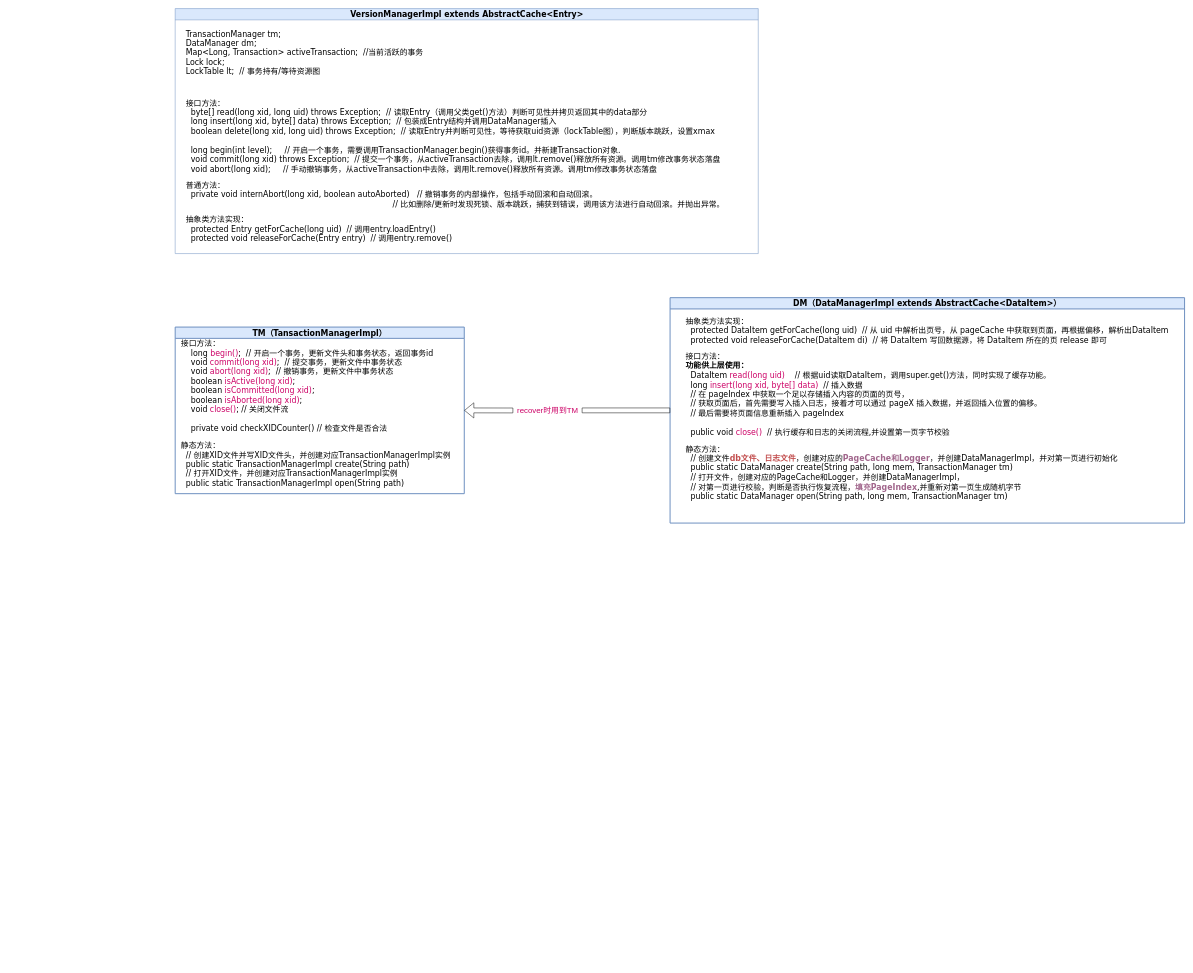
This is page "模块依赖图" (2 of 2) of MyDB.drawio from ZhongQiuyuan/diagrams-net, a draw.io file, before an edit. Source tidied: cells renumbered, new cells numbered last; positions are measured from the earlier drawing's top-left corner, leaving out a move shared by most shapes. Both pictures are drawn from the tidied source at 49%, with x=0, y=0 at pixel (175, 8).
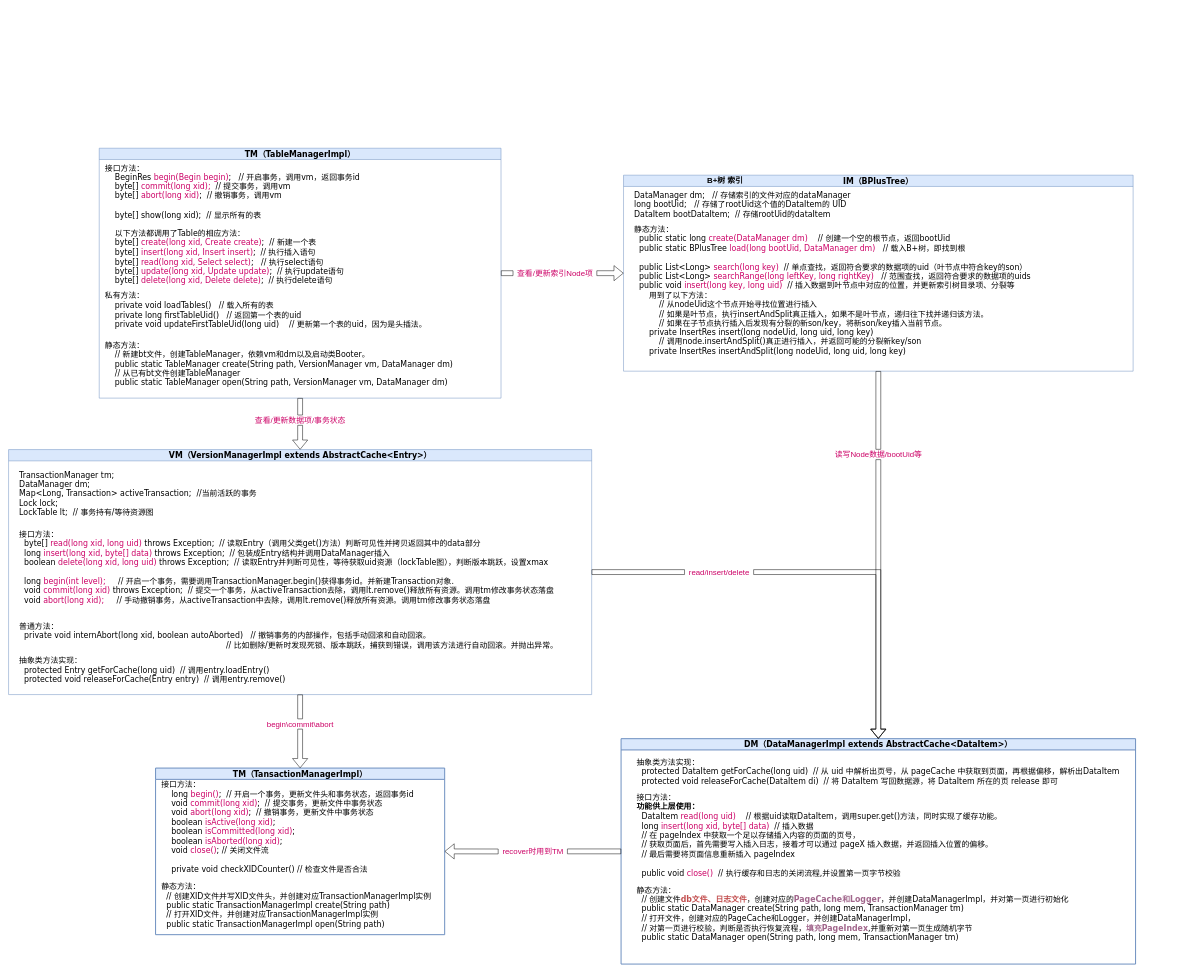
The same diagram, later.

What changed in the source:
```diff
@@
     <mxCell id="2" value="TM（TansactionManagerImpl）" style="swimlane;fontFamily=Verdana;fontSize=16;strokeWidth=2;fillColor=#dae8fc;strokeColor=#6c8ebf;" parent="1" vertex="1">
-      <mxGeometry y="650" width="590" height="340" as="geometry" />
+      <mxGeometry x="-40" y="1550" width="590" height="340" as="geometry" />
     </mxCell>
@@
     <mxCell id="5" value="DM（DataManagerImpl extends AbstractCache&lt;DataItem&gt;）" style="swimlane;fontFamily=Verdana;fontSize=16;strokeWidth=2;fillColor=#dae8fc;strokeColor=#6c8ebf;" parent="1" vertex="1">
-      <mxGeometry x="1010" y="590" width="1050" height="460" as="geometry" />
+      <mxGeometry x="910" y="1490" width="1050" height="460" as="geometry" />
     </mxCell>
@@
     <mxCell id="10" value="&lt;span style=&quot;font-size: 16px&quot;&gt;recover时用到TM&lt;/span&gt;" style="text;html=1;align=center;verticalAlign=middle;points=[];strokeColor=none;fillColor=none;fontColor=#CC0066;" parent="1" vertex="1">
-      <mxGeometry x="690" y="810" width="140" height="20" as="geometry" />
+      <mxGeometry x="660" y="1710" width="140" height="20" as="geometry" />
     </mxCell>
@@
-    <mxCell id="12" value="VersionManagerImpl extends&amp;nbsp;AbstractCache&amp;lt;Entry&amp;gt;" style="swimlane;fontFamily=Verdana;fontSize=16;fillColor=#dae8fc;html=1;strokeColor=#6c8ebf;" parent="1" vertex="1">
-      <mxGeometry width="1190" height="500" as="geometry" />
+    <mxCell id="12" value="VM（VersionManagerImpl extends&amp;nbsp;AbstractCache&amp;lt;Entry&amp;gt;）" style="swimlane;fontFamily=Verdana;fontSize=16;fillColor=#dae8fc;html=1;strokeColor=#6c8ebf;" parent="1" vertex="1">
+      <mxGeometry x="-340" y="900" width="1190" height="500" as="geometry" />
     </mxCell>
-    <mxCell id="13" value="接口方法：&lt;br&gt;&lt;div&gt;&amp;nbsp; byte[] read(long xid, long uid) throws Exception;&amp;nbsp; // 读取Entry（调用父类get()方法）判断可见性并拷贝返回其中的data部分&lt;/div&gt;&lt;div&gt;&amp;nbsp; long insert(long xid, byte[] data) throws Exception;&amp;nbsp; // 包装成Entry结构并调用DataManager插入&lt;/div&gt;&lt;div&gt;&amp;nbsp; boolean delete(long xid, long uid) throws Exception;&amp;nbsp; // 读取Entry并判断可见性，等待获取uid资源（lockTable图），判断版本跳跃，设置xmax&lt;/div&gt;&lt;div&gt;&amp;nbsp;&lt;/div&gt;&lt;div&gt;&amp;nbsp; long begin(int level);&amp;nbsp; &amp;nbsp; &amp;nbsp;// 开启一个事务，需要调用TransactionManager.begin()获得事务id。并新建Transaction对象.&lt;/div&gt;&lt;div&gt;&amp;nbsp; void commit(long xid) throws Exception;&amp;nbsp; // 提交一个事务，从activeTransaction去除，调用lt.remove()释放所有资源。调用tm修改事务状态落盘&lt;/div&gt;&lt;div&gt;&amp;nbsp; void abort(long xid);&amp;nbsp; &amp;nbsp; &amp;nbsp;// 手动撤销事务，从activeTransaction中去除，调用lt.remove()释放所有资源。调用tm修改事务状态落盘&lt;span&gt;&amp;nbsp;&amp;nbsp;&lt;/span&gt;&lt;/div&gt;" style="text;html=1;align=left;verticalAlign=middle;strokeColor=none;fillColor=none;fontSize=16;fontFamily=Verdana;fontColor=#000000;" parent="12" vertex="1">
-      <mxGeometry x="20" y="180" width="1120" height="160" as="geometry" />
+    <mxCell id="13" value="接口方法：&lt;br&gt;&lt;div&gt;&amp;nbsp; byte[] &lt;font color=&quot;#cc0066&quot;&gt;read(long xid, long uid)&lt;/font&gt; throws Exception;&amp;nbsp; // 读取Entry（调用父类get()方法）判断可见性并拷贝返回其中的data部分&lt;/div&gt;&lt;div&gt;&amp;nbsp; long &lt;font color=&quot;#cc0066&quot;&gt;insert(long xid, byte[] data)&lt;/font&gt; throws Exception;&amp;nbsp; // 包装成Entry结构并调用DataManager插入&lt;/div&gt;&lt;div&gt;&amp;nbsp; boolean &lt;font color=&quot;#cc0066&quot;&gt;delete(long xid, long uid)&lt;/font&gt; throws Exception;&amp;nbsp; // 读取Entry并判断可见性，等待获取uid资源（lockTable图），判断版本跳跃，设置xmax&lt;/div&gt;&lt;div&gt;&amp;nbsp;&lt;/div&gt;&lt;div&gt;&amp;nbsp; long &lt;font color=&quot;#cc0066&quot;&gt;begin(int level);&lt;/font&gt;&amp;nbsp; &amp;nbsp; &amp;nbsp;// 开启一个事务，需要调用TransactionManager.begin()获得事务id。并新建Transaction对象.&lt;/div&gt;&lt;div&gt;&amp;nbsp; void &lt;font color=&quot;#cc0066&quot;&gt;commit(long xid)&lt;/font&gt; throws Exception;&amp;nbsp; // 提交一个事务，从activeTransaction去除，调用lt.remove()释放所有资源。调用tm修改事务状态落盘&lt;/div&gt;&lt;div&gt;&amp;nbsp; void &lt;font color=&quot;#cc0066&quot;&gt;abort(long xid);&lt;/font&gt;&amp;nbsp; &amp;nbsp; &amp;nbsp;// 手动撤销事务，从activeTransaction中去除，调用lt.remove()释放所有资源。调用tm修改事务状态落盘&lt;span&gt;&amp;nbsp;&amp;nbsp;&lt;/span&gt;&lt;/div&gt;" style="text;html=1;align=left;verticalAlign=middle;strokeColor=none;fillColor=none;fontSize=16;fontFamily=Verdana;fontColor=#000000;" parent="12" vertex="1">
+      <mxGeometry x="20" y="160" width="1120" height="160" as="geometry" />
     </mxCell>
@@
+    <mxCell id="17" style="shape=flexArrow;endArrow=classic;html=1;rounded=0;fontSize=16;fontColor=#CC0066;exitX=0.5;exitY=1;exitDx=0;exitDy=0;entryX=0.5;entryY=0;entryDx=0;entryDy=0;startArrow=none;" parent="1" edge="1" source="19" target="2">
+      <mxGeometry relative="1" as="geometry" />
+    </mxCell>
+    <mxCell id="18" style="shape=flexArrow;endArrow=classic;html=1;rounded=0;fontSize=16;fontColor=#CC0066;exitX=1;exitY=0.5;exitDx=0;exitDy=0;entryX=0.5;entryY=0;entryDx=0;entryDy=0;startArrow=none;" parent="1" edge="1" source="21" target="5">
+      <mxGeometry relative="1" as="geometry">
+        <Array as="points">
+          <mxPoint x="1435" y="1150" />
+        </Array>
+      </mxGeometry>
+    </mxCell>
+    <mxCell id="19" value="begin\commit\abort" style="text;html=1;align=center;verticalAlign=middle;points=[];strokeColor=none;fillColor=none;fontSize=16;fontColor=#CC0066;" parent="1" vertex="1">
+      <mxGeometry x="180" y="1450" width="150" height="20" as="geometry" />
+    </mxCell>
+    <mxCell id="20" style="shape=flexArrow;endArrow=none;html=1;rounded=0;fontSize=16;fontColor=#CC0066;exitX=0.5;exitY=1;exitDx=0;exitDy=0;entryX=0.5;entryY=0;entryDx=0;entryDy=0;" parent="1" edge="1" source="12" target="19">
+      <mxGeometry relative="1" as="geometry" />
+    </mxCell>
+    <mxCell id="21" value="&lt;font style=&quot;font-size: 16px&quot;&gt;read/insert/delete&lt;/font&gt;" style="text;html=1;align=center;verticalAlign=middle;points=[];strokeColor=none;fillColor=none;fontSize=16;fontColor=#CC0066;" parent="1" vertex="1">
+      <mxGeometry x="1040" y="1140" width="140" height="20" as="geometry" />
+    </mxCell>
+    <mxCell id="22" style="shape=flexArrow;endArrow=none;html=1;rounded=0;fontSize=16;fontColor=#CC0066;exitX=1;exitY=0.5;exitDx=0;exitDy=0;entryX=0;entryY=0.5;entryDx=0;entryDy=0;entryPerimeter=0;" parent="1" edge="1" source="12" target="21">
+      <mxGeometry relative="1" as="geometry" />
+    </mxCell>
+    <mxCell id="23" value="IM（BPlusTree）" style="swimlane;fontSize=16;fillColor=#dae8fc;strokeColor=#6c8ebf;fontFamily=Verdana;" parent="1" vertex="1">
+      <mxGeometry x="915" y="340" width="1040" height="400" as="geometry" />
+    </mxCell>
+    <mxCell id="24" value="&lt;b&gt;B+树 索引&lt;/b&gt;" style="text;html=1;align=center;verticalAlign=middle;strokeColor=none;fillColor=none;fontSize=16;" parent="23" vertex="1">
+      <mxGeometry x="161.5" width="90" height="20" as="geometry" />
+    </mxCell>
+    <mxCell id="25" value="&lt;div&gt;DataManager dm;&amp;nbsp; &amp;nbsp;// 存储索引的文件对应的dataManager&lt;/div&gt;&lt;div&gt;long bootUid;&amp;nbsp; &amp;nbsp;// 存储了rootUid这个值的DataItem的 UID&lt;/div&gt;&lt;div&gt;DataItem bootDataItem;&amp;nbsp; // 存储rootUid的dataItem&lt;/div&gt;" style="text;html=1;align=left;verticalAlign=middle;strokeColor=none;fillColor=none;fontSize=16;fontFamily=Verdana;fontColor=#000000;" parent="23" vertex="1">
+      <mxGeometry x="20" y="30" width="460" height="60" as="geometry" />
+    </mxCell>
+    <mxCell id="26" value="静态方法：&lt;br&gt;&lt;div&gt;&amp;nbsp; public static long &lt;font color=&quot;#cc0066&quot;&gt;create(DataManager dm)&amp;nbsp;&lt;/font&gt; &amp;nbsp;&amp;nbsp;// 创建一个空的根节点，返回bootUid&lt;/div&gt;&lt;div&gt;&lt;div&gt;&amp;nbsp; public static BPlusTree &lt;font color=&quot;#cc0066&quot;&gt;load(long bootUid, DataManager dm)&amp;nbsp;&lt;/font&gt; &amp;nbsp;// 载入B+树，即找到根&lt;/div&gt;&lt;/div&gt;&lt;div&gt;&lt;br&gt;&lt;/div&gt;&lt;div&gt;&lt;div&gt;&amp;nbsp; public List&amp;lt;Long&amp;gt; &lt;font color=&quot;#cc0066&quot;&gt;search(long key)&amp;nbsp;&lt;/font&gt;&amp;nbsp;// 单点查找，返回符合要求的数据项的uid（叶节点中符合key的son）&lt;/div&gt;&lt;/div&gt;&lt;div&gt;&lt;div&gt;&amp;nbsp; public List&amp;lt;Long&amp;gt; &lt;font color=&quot;#cc0066&quot;&gt;searchRange(long leftKey, long rightKey)&amp;nbsp;&lt;/font&gt; &amp;nbsp;// 范围查找，返回符合要求的数据项的uids&lt;/div&gt;&lt;div&gt;&lt;div&gt;&amp;nbsp; public void &lt;font color=&quot;#cc0066&quot;&gt;insert(long key, long uid)&lt;/font&gt;&amp;nbsp;&amp;nbsp;// 插入数据到叶节点中对应的位置，并更新索引树目录项、分裂等&lt;/div&gt;&lt;/div&gt;&lt;div&gt;&amp;nbsp; &amp;nbsp; &amp;nbsp; 用到了以下方法：&lt;/div&gt;&lt;div&gt;&amp;nbsp; &amp;nbsp; &amp;nbsp; &amp;nbsp; &amp;nbsp; // 从nodeUid这个节点开始寻找位置进行插入&lt;/div&gt;&lt;div&gt;&amp;nbsp; &amp;nbsp; &amp;nbsp; &amp;nbsp; &amp;nbsp; // 如果是叶节点，执行&lt;span&gt;insertAndSplit真正插入，如果不是叶节点，递归往下找并递归该方法。&lt;/span&gt;&lt;/div&gt;&lt;div&gt;&amp;nbsp; &amp;nbsp; &amp;nbsp; &amp;nbsp; &amp;nbsp; // 如果在子节点执行插入后发现有分裂的新son/key，将新son/key插入当前节点。&lt;/div&gt;&lt;div&gt;&amp;nbsp; &amp;nbsp; &amp;nbsp; private InsertRes insert(long nodeUid, long uid, long key)&amp;nbsp;&lt;/div&gt;&lt;/div&gt;&lt;div&gt;&amp;nbsp; &amp;nbsp; &amp;nbsp; &amp;nbsp; &amp;nbsp; // 调用node.insertAndSplit()真正进行插入，并返回可能的分裂新key/son&lt;/div&gt;&amp;nbsp; &amp;nbsp; &amp;nbsp; private InsertRes insertAndSplit(long nodeUid, long uid, long key)" style="text;html=1;align=left;verticalAlign=middle;strokeColor=none;fillColor=none;fontSize=16;fontFamily=Verdana;fontColor=#000000;" parent="23" vertex="1">
+      <mxGeometry x="20" y="100" width="830" height="270" as="geometry" />
+    </mxCell>
+    <mxCell id="27" value="TM（TableManagerImpl）" style="swimlane;fontSize=16;fillColor=#dae8fc;strokeColor=#6c8ebf;verticalAlign=middle;fontFamily=Verdana;" parent="1" vertex="1">
+      <mxGeometry x="-155" y="285" width="820" height="510" as="geometry" />
+    </mxCell>
+    <mxCell id="28" value="接口方法：&lt;br&gt;&lt;div&gt;&amp;nbsp; &amp;nbsp; BeginRes &lt;font color=&quot;#cc0066&quot;&gt;begin(Begin begin)&lt;/font&gt;;&amp;nbsp; &amp;nbsp;// 开启事务，调用vm，返回事务id&lt;/div&gt;&lt;div&gt;&amp;nbsp; &amp;nbsp; byte[] &lt;font color=&quot;#cc0066&quot;&gt;commit(long xid);&lt;/font&gt;&amp;nbsp; // 提交事务，调用vm&lt;/div&gt;&lt;div&gt;&amp;nbsp; &amp;nbsp; byte[] &lt;font color=&quot;#cc0066&quot;&gt;abort(long xid)&lt;/font&gt;;&amp;nbsp; // 撤销事务，调用vm&lt;/div&gt;&lt;div&gt;&amp;nbsp; &amp;nbsp;&amp;nbsp;&lt;/div&gt;&lt;div&gt;&amp;nbsp; &amp;nbsp; byte[] show(long xid);&amp;nbsp; // 显示所有的表&lt;/div&gt;&lt;div&gt;&lt;br&gt;&lt;/div&gt;&lt;div&gt;&amp;nbsp; &amp;nbsp; 以下方法都调用了Table的相应方法：&lt;/div&gt;&lt;div&gt;&amp;nbsp; &amp;nbsp; byte[] &lt;font color=&quot;#cc0066&quot;&gt;create(long xid, Create create)&lt;/font&gt;;&amp;nbsp; // 新建一个表&lt;/div&gt;&lt;div&gt;&amp;nbsp; &amp;nbsp; byte[] &lt;font color=&quot;#cc0066&quot;&gt;insert(long xid, Insert insert)&lt;/font&gt;;&amp;nbsp; // 执行插入语句&lt;/div&gt;&lt;div&gt;&amp;nbsp; &amp;nbsp; byte[] &lt;font color=&quot;#cc0066&quot;&gt;read(long xid, Select select)&lt;/font&gt;;&amp;nbsp; &amp;nbsp;// 执行select语句&lt;/div&gt;&lt;div&gt;&amp;nbsp; &amp;nbsp; byte[] &lt;font color=&quot;#cc0066&quot;&gt;update(long xid, Update update)&lt;/font&gt;;&amp;nbsp; // 执行update语句&lt;/div&gt;&lt;div&gt;&amp;nbsp; &amp;nbsp; byte[] &lt;font color=&quot;#cc0066&quot;&gt;delete(long xid, Delete delete)&lt;/font&gt;;&amp;nbsp; // 执行delete语句&lt;/div&gt;" style="text;html=1;align=left;verticalAlign=middle;strokeColor=none;fillColor=none;fontSize=16;fontColor=#000000;fontFamily=Verdana;" parent="27" vertex="1">
+      <mxGeometry x="10" y="30" width="550" height="250" as="geometry" />
+    </mxCell>
+    <mxCell id="29" value="私有方法：&lt;br&gt;&amp;nbsp; &amp;nbsp; private void loadTables()&amp;nbsp; &amp;nbsp;// 载入所有的表&lt;br&gt;&amp;nbsp; &amp;nbsp;&amp;nbsp;private long firstTableUid()&amp;nbsp; &amp;nbsp;// 返回第一个表的uid&lt;br&gt;&amp;nbsp; &amp;nbsp;&amp;nbsp;private void updateFirstTableUid(long uid)&amp;nbsp; &amp;nbsp;&amp;nbsp;// 更新第一个表的uid，因为是头插法。" style="text;html=1;align=left;verticalAlign=middle;strokeColor=none;fillColor=none;fontSize=16;fontFamily=Verdana;fontColor=#000000;" parent="27" vertex="1">
+      <mxGeometry x="10" y="290" width="680" height="80" as="geometry" />
+    </mxCell>
+    <mxCell id="30" value="静态方法：&lt;br&gt;&amp;nbsp; &amp;nbsp;&amp;nbsp;&lt;span&gt;// 新建bt文件，创建TableManager，依赖vm和dm以及启动类Booter。&lt;/span&gt;&lt;div&gt;&amp;nbsp; &amp;nbsp; public static TableManager create(String path, VersionManager vm, DataManager dm)&lt;/div&gt;&lt;div&gt;&lt;div&gt;&amp;nbsp; &amp;nbsp; // 从已有bt文件创建TableManager&lt;/div&gt;&lt;div&gt;&amp;nbsp; &amp;nbsp; public static TableManager open(String path, VersionManager vm, DataManager dm)&lt;/div&gt;&lt;/div&gt;" style="text;html=1;align=left;verticalAlign=middle;strokeColor=none;fillColor=none;fontSize=16;fontFamily=Verdana;fontColor=#000000;" parent="27" vertex="1">
+      <mxGeometry x="10" y="390" width="730" height="100" as="geometry" />
+    </mxCell>
+    <mxCell id="31" style="shape=flexArrow;endArrow=classic;html=1;rounded=0;fontSize=16;fontColor=#CC0066;exitX=0.5;exitY=1;exitDx=0;exitDy=0;entryX=0.5;entryY=0;entryDx=0;entryDy=0;startArrow=none;" parent="1" edge="1" source="36" target="12">
+      <mxGeometry relative="1" as="geometry" />
+    </mxCell>
+    <mxCell id="32" style="shape=flexArrow;endArrow=classic;html=1;rounded=0;fontSize=16;fontColor=#CC0066;exitX=1;exitY=0.5;exitDx=0;exitDy=0;entryX=0;entryY=0.5;entryDx=0;entryDy=0;startArrow=none;" parent="1" edge="1" source="38" target="23">
+      <mxGeometry relative="1" as="geometry" />
+    </mxCell>
+    <mxCell id="33" style="shape=flexArrow;endArrow=classic;html=1;rounded=0;fontSize=16;fontColor=#CC0066;exitX=0.5;exitY=1;exitDx=0;exitDy=0;entryX=0.5;entryY=0;entryDx=0;entryDy=0;startArrow=none;" parent="1" edge="1" source="34" target="5">
+      <mxGeometry relative="1" as="geometry" />
+    </mxCell>
+    <mxCell id="34" value="读写Node数据/bootUid等" style="text;html=1;align=center;verticalAlign=middle;points=[];strokeColor=none;fillColor=none;fontSize=16;fontColor=#CC0066;" parent="1" vertex="1">
+      <mxGeometry x="1340" y="900" width="190" height="20" as="geometry" />
+    </mxCell>
+    <mxCell id="35" style="shape=flexArrow;endArrow=none;html=1;rounded=0;fontSize=16;fontColor=#CC0066;exitX=0.5;exitY=1;exitDx=0;exitDy=0;entryX=0.5;entryY=0;entryDx=0;entryDy=0;" parent="1" edge="1" source="23" target="34">
+      <mxGeometry relative="1" as="geometry" />
+    </mxCell>
+    <mxCell id="36" value="查看/更新数据项/事务状态" style="text;html=1;align=center;verticalAlign=middle;points=[];strokeColor=none;fillColor=none;fontSize=16;fontColor=#CC0066;" parent="1" vertex="1">
+      <mxGeometry x="155" y="830" width="200" height="20" as="geometry" />
+    </mxCell>
+    <mxCell id="37" style="shape=flexArrow;endArrow=none;html=1;rounded=0;fontSize=16;fontColor=#CC0066;exitX=0.5;exitY=1;exitDx=0;exitDy=0;entryX=0.5;entryY=0;entryDx=0;entryDy=0;" parent="1" edge="1" source="27" target="36">
+      <mxGeometry relative="1" as="geometry" />
+    </mxCell>
+    <mxCell id="38" value="查看/更新索引Node项" style="text;html=1;align=center;verticalAlign=middle;points=[];strokeColor=none;fillColor=none;fontSize=16;fontColor=#CC0066;" parent="1" vertex="1">
+      <mxGeometry x="690" y="530" width="170" height="20" as="geometry" />
+    </mxCell>
+    <mxCell id="39" style="shape=flexArrow;endArrow=none;html=1;rounded=0;fontSize=16;fontColor=#CC0066;exitX=1;exitY=0.5;exitDx=0;exitDy=0;entryX=0;entryY=0.5;entryDx=0;entryDy=0;" parent="1" edge="1" source="27" target="38">
+      <mxGeometry relative="1" as="geometry" />
+    </mxCell>
```
